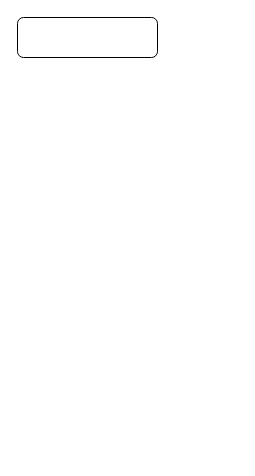
ren255/drow.io keeps this draw.io diagram as 名称未設定ファイル.drawio. Above is the earlier version. Source tidied: cells renumbered, new cells numbered last; positions are measured from the earlier drawing's top-left corner, leaving out a move shared by most shapes. Both pictures are drawn from the tidied source at 100%, with x=0, y=0 at pixel (17, 17).
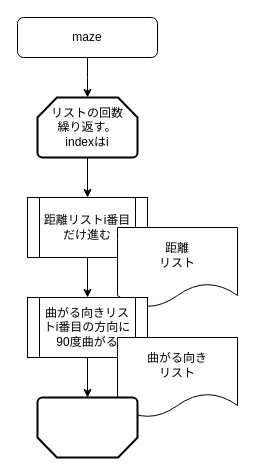
Above is the later version.

Commit message (it also covers changes not shown here):
名称未設定ファイル.drawio を更新します

The edit, as a diff of the source:
```diff
@@
 <mxGraphModel>
   <root>
     <mxCell id="0" />
     <mxCell id="1" parent="0" />
+    <mxCell id="3" style="edgeStyle=orthogonalEdgeStyle;rounded=0;jettySize=auto;html=1;exitX=0.5;exitY=1;exitDx=0;exitDy=0;entryX=0.5;entryY=0;entryDx=0;entryDy=0;" parent="1" edge="1" source="2">
+      <mxGeometry relative="1" as="geometry">
+        <mxPoint x="70" y="80" as="targetPoint" />
+      </mxGeometry>
+    </mxCell>
-    <mxCell id="2" style="rounded=1;whiteSpace=wrap;html=1;" parent="1" vertex="1">
+    <mxCell id="2" value="maze" style="rounded=1;whiteSpace=wrap;html=1;" parent="1" vertex="1">
       <mxGeometry width="140" height="40" as="geometry" />
     </mxCell>
+    <mxCell id="4" style="edgeStyle=orthogonalEdgeStyle;rounded=0;jettySize=auto;html=1;exitX=0.5;exitY=1;exitDx=0;exitDy=0;" parent="1" edge="1" source="5" target="10">
+      <mxGeometry relative="1" as="geometry" />
+    </mxCell>
+    <mxCell id="5" value="距離リストi番目だけ進む" style="shape=process;whiteSpace=wrap;html=1;backgroundOutline=1;" parent="1" vertex="1">
+      <mxGeometry x="10" y="180" width="120" height="60" as="geometry" />
+    </mxCell>
+    <mxCell id="6" style="edgeStyle=orthogonalEdgeStyle;rounded=0;jettySize=auto;html=1;exitX=0.5;exitY=1;exitDx=0;exitDy=0;exitPerimeter=0;" parent="1" edge="1" source="7" target="5">
+      <mxGeometry relative="1" as="geometry" />
+    </mxCell>
+    <mxCell id="7" value="リストの回数&lt;div&gt;繰り返す。&lt;br&gt;indexはi&lt;/div&gt;" style="strokeWidth=2;html=1;shape=mxgraph.flowchart.loop_limit;whiteSpace=wrap;" parent="1" vertex="1">
+      <mxGeometry x="20" y="80" width="100" height="60" as="geometry" />
+    </mxCell>
+    <mxCell id="8" value="距離&lt;div&gt;リスト&lt;/div&gt;" style="shape=document;whiteSpace=wrap;html=1;boundedLbl=1;" parent="1" vertex="1">
+      <mxGeometry x="100" y="210" width="120" height="80" as="geometry" />
+    </mxCell>
+    <mxCell id="9" style="edgeStyle=orthogonalEdgeStyle;rounded=0;jettySize=auto;html=1;exitX=0.5;exitY=1;exitDx=0;exitDy=0;" parent="1" edge="1" source="10" target="12">
+      <mxGeometry relative="1" as="geometry" />
+    </mxCell>
+    <mxCell id="10" value="曲がる向きリストi番目の方向に90度曲がる" style="shape=process;whiteSpace=wrap;html=1;backgroundOutline=1;" parent="1" vertex="1">
+      <mxGeometry x="10" y="280" width="120" height="60" as="geometry" />
+    </mxCell>
+    <mxCell id="11" value="曲がる向き&lt;div&gt;リスト&lt;/div&gt;" style="shape=document;whiteSpace=wrap;html=1;boundedLbl=1;" parent="1" vertex="1">
+      <mxGeometry x="100" y="320" width="120" height="80" as="geometry" />
+    </mxCell>
+    <mxCell id="12" style="strokeWidth=2;html=1;shape=mxgraph.flowchart.loop_limit;whiteSpace=wrap;direction=west;" parent="1" vertex="1">
+      <mxGeometry x="20" y="380" width="100" height="60" as="geometry" />
+    </mxCell>
   </root>
 </mxGraphModel>
```
